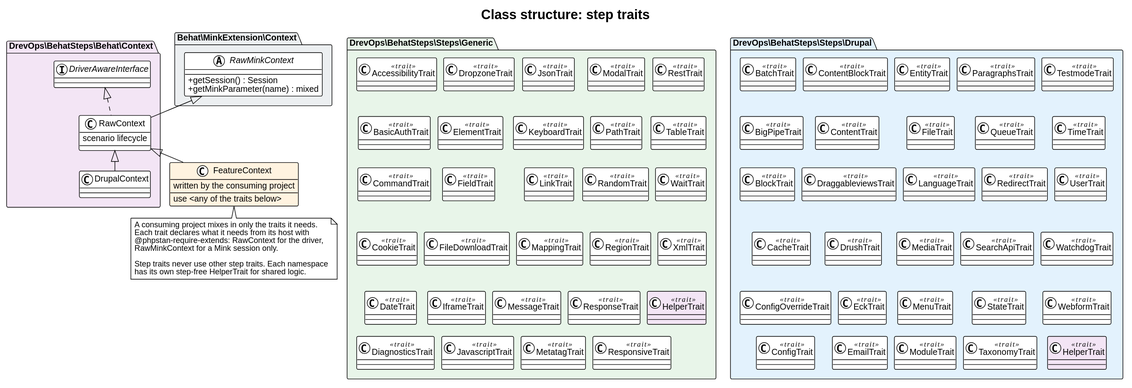
This is docs/architecture/class-traits.svg from drevops/behat-steps, a PlantUML export, as it was before one commit.
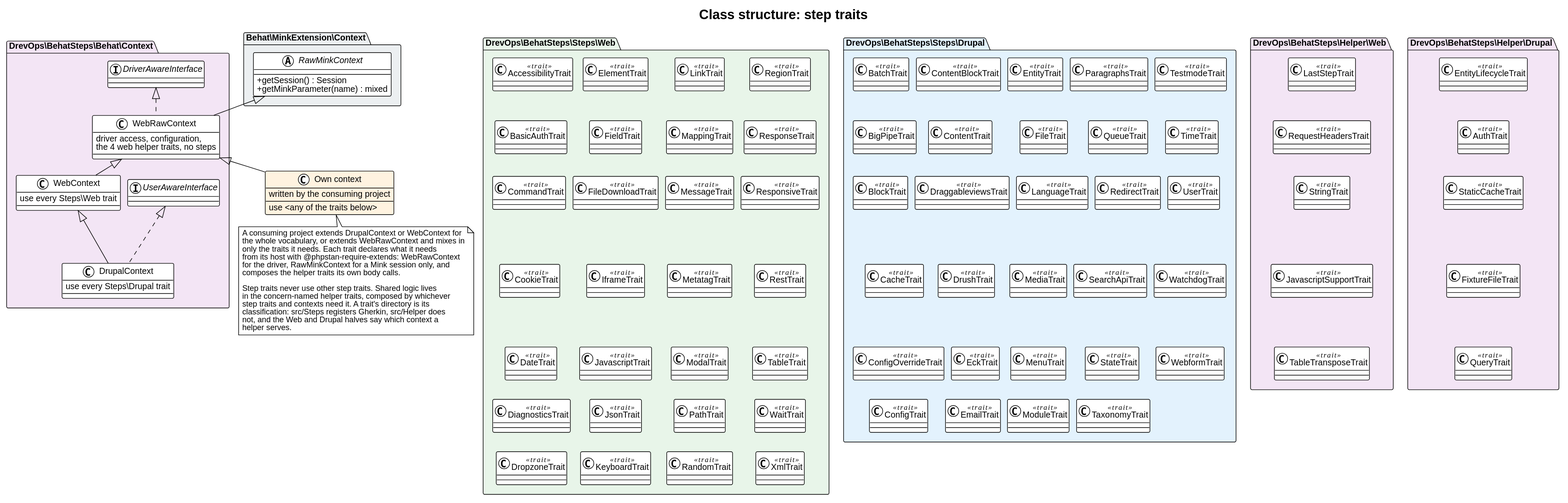
Above is the later version.

What changed in the source:
```diff
@@ -17,54 +17,60 @@
 
 package "DrevOps\\BehatSteps\\Behat\\Context" #F3E5F5 {
   interface DriverAwareInterface
-  class RawContext {
-    scenario lifecycle
+  interface UserAwareInterface
+  class WebRawContext {
+    driver access, configuration,
+    the 4 web helper traits, no steps
   }
-  class DrupalContext
+  class WebContext {
+    use every Steps\\Web trait
+  }
+  class DrupalContext {
+    use every Steps\\Drupal trait
+  }
 }
 
-class FeatureContext #FFF3E0 {
+class "Own context" as Consumer #FFF3E0 {
   written by the consuming project
   --
   use <any of the traits below>
 }
 
-RawMinkContext <|-- RawContext
-DriverAwareInterface <|.. RawContext
-RawContext <|-- DrupalContext
-RawContext <|-- FeatureContext
+RawMinkContext <|-- WebRawContext
+DriverAwareInterface <|.. WebRawContext
+UserAwareInterface <|.. DrupalContext
+WebRawContext <|-- WebContext
+WebContext <|-- DrupalContext
+WebRawContext <|-- Consumer
 
-package "DrevOps\\BehatSteps\\Steps\\Generic" #E8F5E9 {
-  class HelperTrait <<trait>> #F3E5F5
-
+package "DrevOps\\BehatSteps\\Steps\\Web" #E8F5E9 {
   class AccessibilityTrait <<trait>>
   class BasicAuthTrait <<trait>>
   class CommandTrait <<trait>>
   class CookieTrait <<trait>>
   class DateTrait <<trait>>
   class DiagnosticsTrait <<trait>>
+  class DropzoneTrait <<trait>>
 
-  class DropzoneTrait <<trait>>
   class ElementTrait <<trait>>
   class FieldTrait <<trait>>
   class FileDownloadTrait <<trait>>
   class IframeTrait <<trait>>
   class JavascriptTrait <<trait>>
-
   class JsonTrait <<trait>>
   class KeyboardTrait <<trait>>
+
   class LinkTrait <<trait>>
   class MappingTrait <<trait>>
   class MessageTrait <<trait>>
   class MetatagTrait <<trait>>
-
   class ModalTrait <<trait>>
   class PathTrait <<trait>>
   class RandomTrait <<trait>>
+
   class RegionTrait <<trait>>
   class ResponseTrait <<trait>>
   class ResponsiveTrait <<trait>>
-
   class RestTrait <<trait>>
   class TableTrait <<trait>>
   class WaitTrait <<trait>>
@@ -75,34 +81,31 @@
   CommandTrait -[hidden]down- CookieTrait
   CookieTrait -[hidden]down- DateTrait
   DateTrait -[hidden]down- DiagnosticsTrait
+  DiagnosticsTrait -[hidden]down- DropzoneTrait
 
-  DropzoneTrait -[hidden]down- ElementTrait
   ElementTrait -[hidden]down- FieldTrait
   FieldTrait -[hidden]down- FileDownloadTrait
   FileDownloadTrait -[hidden]down- IframeTrait
   IframeTrait -[hidden]down- JavascriptTrait
+  JavascriptTrait -[hidden]down- JsonTrait
+  JsonTrait -[hidden]down- KeyboardTrait
 
-  JsonTrait -[hidden]down- KeyboardTrait
-  KeyboardTrait -[hidden]down- LinkTrait
   LinkTrait -[hidden]down- MappingTrait
   MappingTrait -[hidden]down- MessageTrait
   MessageTrait -[hidden]down- MetatagTrait
-
+  MetatagTrait -[hidden]down- ModalTrait
   ModalTrait -[hidden]down- PathTrait
   PathTrait -[hidden]down- RandomTrait
-  RandomTrait -[hidden]down- RegionTrait
+
   RegionTrait -[hidden]down- ResponseTrait
   ResponseTrait -[hidden]down- ResponsiveTrait
-
+  ResponsiveTrait -[hidden]down- RestTrait
   RestTrait -[hidden]down- TableTrait
   TableTrait -[hidden]down- WaitTrait
   WaitTrait -[hidden]down- XmlTrait
-  XmlTrait -[hidden]down- HelperTrait
 }
 
 package "DrevOps\\BehatSteps\\Steps\\Drupal" #E3F2FD {
-  class "HelperTrait" as DrupalHelperTrait <<trait>> #F3E5F5
-
   class BatchTrait <<trait>>
   class BigPipeTrait <<trait>>
   class BlockTrait <<trait>>
@@ -165,16 +168,47 @@
   TimeTrait -[hidden]down- UserTrait
   UserTrait -[hidden]down- WatchdogTrait
   WatchdogTrait -[hidden]down- WebformTrait
-  WebformTrait -[hidden]down- DrupalHelperTrait
 }
 
-note bottom of FeatureContext
-  A consuming project mixes in only the traits it needs.
-  Each trait declares what it needs from its host with
-  @phpstan-require-extends: RawContext for the driver,
-  RawMinkContext for a Mink session only.
+package "DrevOps\\BehatSteps\\Helper\\Web" #F3E5F5 {
+  class LastStepTrait <<trait>>
+  class RequestHeadersTrait <<trait>>
+  class StringTrait <<trait>>
+  class JavascriptSupportTrait <<trait>>
+  class TableTransposeTrait <<trait>>
 
-  Step traits never use other step traits. Each namespace
-  has its own step-free HelperTrait for shared logic.
+  LastStepTrait -[hidden]down- RequestHeadersTrait
+  RequestHeadersTrait -[hidden]down- StringTrait
+  StringTrait -[hidden]down- JavascriptSupportTrait
+  JavascriptSupportTrait -[hidden]down- TableTransposeTrait
+}
+
+package "DrevOps\\BehatSteps\\Helper\\Drupal" #F3E5F5 {
+  class EntityLifecycleTrait <<trait>>
+  class AuthTrait <<trait>>
+  class StaticCacheTrait <<trait>>
+  class FixtureFileTrait <<trait>>
+  class QueryTrait <<trait>>
+
+  EntityLifecycleTrait -[hidden]down- AuthTrait
+  AuthTrait -[hidden]down- StaticCacheTrait
+  StaticCacheTrait -[hidden]down- FixtureFileTrait
+  FixtureFileTrait -[hidden]down- QueryTrait
+}
+
+note bottom of Consumer
+  A consuming project extends DrupalContext or WebContext for
+  the whole vocabulary, or extends WebRawContext and mixes in
+  only the traits it needs. Each trait declares what it needs
+  from its host with @phpstan-require-extends: WebRawContext
+  for the driver, RawMinkContext for a Mink session only, and
+  composes the helper traits its own body calls.
+
+  Step traits never use other step traits. Shared logic lives
+  in the concern-named helper traits, composed by whichever
+  step traits and contexts need it. A trait's directory is its
+  classification: src/Steps registers Gherkin, src/Helper does
+  not, and the Web and Drupal halves say which context a
+  helper serves.
 end note
 @enduml
```
